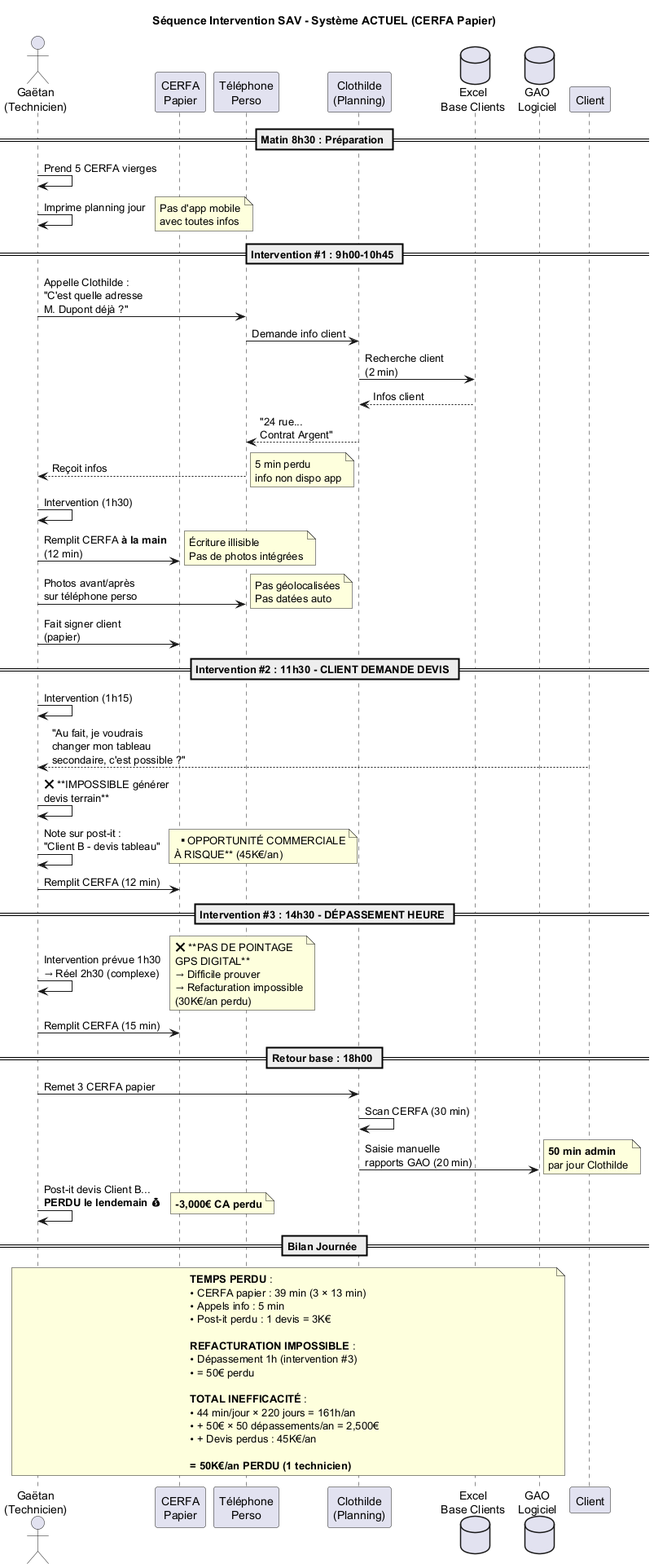
Above: Services/Maintenance-Technique/uml/png/Sequence_Intervention_Actuelle.png in JordanSerafini/Audit_Duret (PlantUML), before the change. Its diagram source:
```plantuml
@startuml Sequence_Intervention_Actuelle

title Séquence Intervention SAV - Système ACTUEL (CERFA Papier)

actor "Gaëtan\n(Technicien)" as Tech
participant "CERFA\nPapier" as CERFA
participant "Téléphone\nPerso" as Phone
participant "Clothilde\n(Planning)" as Clo
database "Excel\nBase Clients" as Excel
database "GAO\nLogiciel" as GAO

== Matin 8h30 : Préparation ==

Tech -> Tech : Prend 5 CERFA vierges
Tech -> Tech : Imprime planning jour
note right : Pas d'app mobile\navec toutes infos

== Intervention #1 : 9h00-10h45 ==

Tech -> Phone : Appelle Clothilde :\n"C'est quelle adresse\nM. Dupont déjà ?"
Phone -> Clo : Demande info client
Clo -> Excel : Recherche client\n(2 min)
Excel --> Clo : Infos client
Clo --> Phone : "24 rue...\nContrat Argent"
Phone --> Tech : Reçoit infos
note right : 5 min perdu\ninfo non dispo app

Tech -> Tech : Intervention (1h30)
Tech -> CERFA : Remplit CERFA **à la main**\n(12 min)
note right : Écriture illisible\nPas de photos intégrées

Tech -> Phone : Photos avant/après\nsur téléphone perso
note right : Pas géolocalisées\nPas datées auto

Tech -> CERFA : Fait signer client\n(papier)

== Intervention #2 : 11h30 - CLIENT DEMANDE DEVIS ==

Tech -> Tech : Intervention (1h15)

Tech <-- "Client" : "Au fait, je voudrais\nchanger mon tableau\nsecondaire, c'est possible ?"

Tech -> Tech : ❌ **IMPOSSIBLE générer\ndevis terrain**
Tech -> Tech : Note sur post-it :\n"Client B - devis tableau"

note right : **OPPORTUNITÉ COMMERCIALE\nÀ RISQUE** (45K€/an)

Tech -> CERFA : Remplit CERFA (12 min)

== Intervention #3 : 14h30 - DÉPASSEMENT HEURE ==

Tech -> Tech : Intervention prévue 1h30\n→ Réel 2h30 (complexe)

note right : ❌ **PAS DE POINTAGE\nGPS DIGITAL**\n→ Difficile prouver\n→ Refacturation impossible\n(30K€/an perdu)

Tech -> CERFA : Remplit CERFA (15 min)

== Retour base : 18h00 ==

Tech -> Clo : Remet 3 CERFA papier
Clo -> Clo : Scan CERFA (30 min)
Clo -> GAO : Saisie manuelle\nrapports GAO (20 min)

note right : **50 min admin**\npar jour Clothilde

Tech -> Tech : Post-it devis Client B...\n**PERDU le lendemain** 💰

note right : **-3,000€ CA perdu**

== Bilan Journée ==

note over Tech, GAO
**TEMPS PERDU** :
• CERFA papier : 39 min (3 × 13 min)
• Appels info : 5 min
• Post-it perdu : 1 devis = 3K€

**REFACTURATION IMPOSSIBLE** :
• Dépassement 1h (intervention #3)
• = 50€ perdu

**TOTAL INEFFICACITÉ** :
• 44 min/jour × 220 jours = 161h/an
• + 50€ × 50 dépassements/an = 2,500€
• + Devis perdus : 45K€/an

**= 50K€/an PERDU (1 technicien)**
end note

@enduml
```
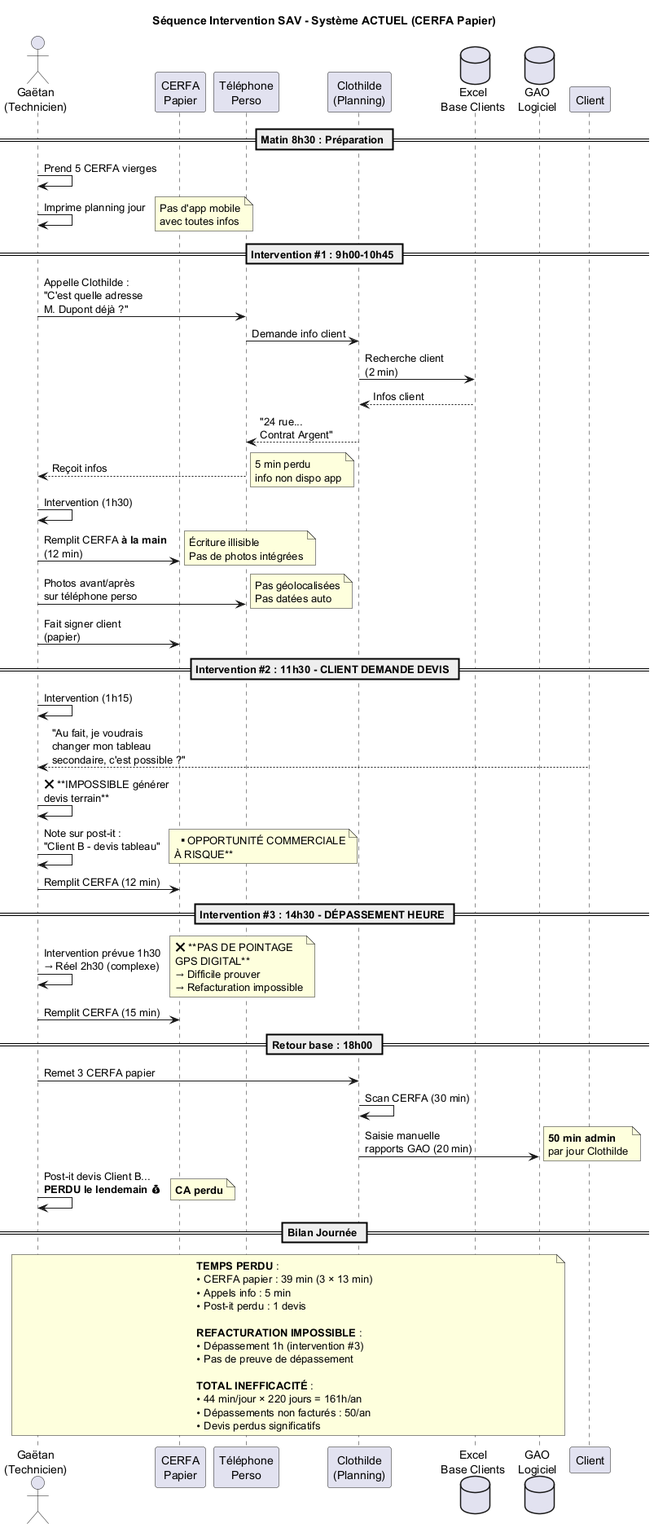
After the commit.

The edit, as a diff of the source:
```diff
@@ -43,7 +43,7 @@
 Tech -> Tech : ❌ **IMPOSSIBLE générer\ndevis terrain**
 Tech -> Tech : Note sur post-it :\n"Client B - devis tableau"
 
-note right : **OPPORTUNITÉ COMMERCIALE\nÀ RISQUE** (45K€/an)
+note right : **OPPORTUNITÉ COMMERCIALE\nÀ RISQUE**
 
 Tech -> CERFA : Remplit CERFA (12 min)
 
@@ -51,7 +51,7 @@
 
 Tech -> Tech : Intervention prévue 1h30\n→ Réel 2h30 (complexe)
 
-note right : ❌ **PAS DE POINTAGE\nGPS DIGITAL**\n→ Difficile prouver\n→ Refacturation impossible\n(30K€/an perdu)
+note right : ❌ **PAS DE POINTAGE\nGPS DIGITAL**\n→ Difficile prouver\n→ Refacturation impossible
 
 Tech -> CERFA : Remplit CERFA (15 min)
 
@@ -65,7 +65,7 @@
 
 Tech -> Tech : Post-it devis Client B...\n**PERDU le lendemain** 💰
 
-note right : **-3,000€ CA perdu**
+note right : **CA perdu**
 
 == Bilan Journée ==
 
@@ -73,18 +73,16 @@
 **TEMPS PERDU** :
 • CERFA papier : 39 min (3 × 13 min)
 • Appels info : 5 min
-• Post-it perdu : 1 devis = 3K€
+• Post-it perdu : 1 devis
 
 **REFACTURATION IMPOSSIBLE** :
 • Dépassement 1h (intervention #3)
-• = 50€ perdu
+• Pas de preuve de dépassement
 
 **TOTAL INEFFICACITÉ** :
 • 44 min/jour × 220 jours = 161h/an
-• + 50€ × 50 dépassements/an = 2,500€
-• + Devis perdus : 45K€/an
-
-**= 50K€/an PERDU (1 technicien)**
+• Dépassements non facturés : 50/an
+• Devis perdus significatifs
 end note
 
 @enduml
```
